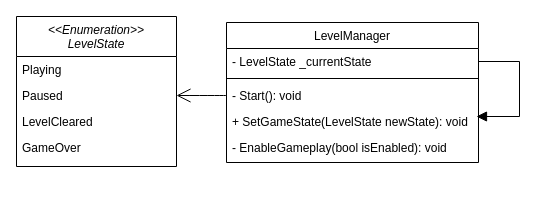
Above: Documents/FinalReport/UMLDiagrams/LevelManagerSingletonUML.drawio in Romina-x/GameProject (draw.io), before the change. Source tidied: cells renumbered, new cells numbered last; positions are measured from the earlier drawing's top-left corner, leaving out a move shared by most shapes. Both pictures are drawn from the tidied source at 100%, with x=0, y=0 at pixel (16, 16).
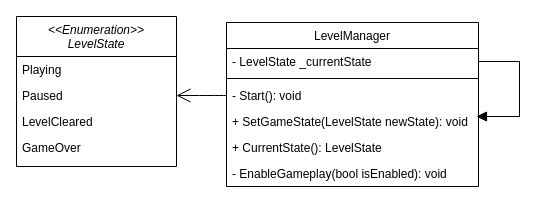
The same page after the edit.

Change to the diagram source:
```diff
@@
 <mxGraphModel>
   <root>
     <mxCell id="0" />
     <mxCell id="1" parent="0" />
     <mxCell id="2" value="&lt;&lt;Enumeration&gt;&gt;&#10;LevelState" style="swimlane;fontStyle=2;align=center;verticalAlign=top;horizontal=1;startSize=40;rounded=0;shadow=0;strokeWidth=1;" parent="1" vertex="1">
       <mxGeometry width="160" height="150" as="geometry" />
     </mxCell>
     <mxCell id="3" value="Playing" style="text;align=left;verticalAlign=top;spacingLeft=4;spacingRight=4;overflow=hidden;" parent="2" vertex="1">
       <mxGeometry y="40" width="160" height="26" as="geometry" />
     </mxCell>
     <mxCell id="4" value="Paused" style="text;align=left;verticalAlign=top;spacingLeft=4;spacingRight=4;overflow=hidden;points=[[0,0.5],[1,0.5]];portConstraint=eastwest;rounded=0;shadow=0;html=0;" parent="2" vertex="1">
       <mxGeometry y="66" width="160" height="26" as="geometry" />
     </mxCell>
     <mxCell id="5" value="LevelCleared" style="text;align=left;verticalAlign=top;spacingLeft=4;spacingRight=4;overflow=hidden;rounded=0;shadow=0;html=0;" parent="2" vertex="1">
       <mxGeometry y="92" width="160" height="26" as="geometry" />
     </mxCell>
     <mxCell id="6" value="GameOver" style="text;align=left;verticalAlign=top;spacingLeft=4;spacingRight=4;overflow=hidden;rounded=0;shadow=0;html=0;" parent="2" vertex="1">
       <mxGeometry y="118" width="160" height="26" as="geometry" />
     </mxCell>
     <mxCell id="7" value="LevelManager" style="swimlane;fontStyle=0;align=center;verticalAlign=top;horizontal=1;startSize=26;rounded=0;shadow=0;strokeWidth=1;" parent="1" vertex="1">
-      <mxGeometry x="210" y="6" width="252" height="140" as="geometry" />
+      <mxGeometry x="210" y="6" width="252" height="164" as="geometry" />
     </mxCell>
     <mxCell id="8" value="- LevelState _currentState" style="text;align=left;verticalAlign=top;spacingLeft=4;spacingRight=4;overflow=hidden;points=[[0,0.5],[1,0.5]];portConstraint=eastwest;" parent="7" vertex="1">
       <mxGeometry y="26" width="252" height="26" as="geometry" />
     </mxCell>
     <mxCell id="9" style="line;html=1;strokeWidth=1;align=left;verticalAlign=middle;spacingTop=-1;spacingLeft=3;spacingRight=3;labelPosition=right;" parent="7" vertex="1">
       <mxGeometry y="52" width="252" height="8" as="geometry" />
     </mxCell>
     <mxCell id="10" value="- Start(): void" style="text;align=left;verticalAlign=top;spacingLeft=4;spacingRight=4;overflow=hidden;points=[[0,0.5],[1,0.5]];portConstraint=eastwest;" parent="7" vertex="1">
       <mxGeometry y="60" width="252" height="26" as="geometry" />
     </mxCell>
     <mxCell id="11" value="+ SetGameState(LevelState newState): void" style="text;align=left;verticalAlign=top;spacingLeft=4;spacingRight=4;overflow=hidden;" parent="7" vertex="1">
       <mxGeometry y="86" width="252" height="26" as="geometry" />
     </mxCell>
+    <mxCell id="15" value="+ CurrentState(): LevelState" style="text;align=left;verticalAlign=top;spacingLeft=4;spacingRight=4;overflow=hidden;" parent="7" vertex="1">
+      <mxGeometry y="112" width="252" height="26" as="geometry" />
+    </mxCell>
     <mxCell id="12" value="- EnableGameplay(bool isEnabled): void" style="text;align=left;verticalAlign=top;spacingLeft=4;spacingRight=4;overflow=hidden;" parent="7" vertex="1">
-      <mxGeometry y="112" width="252" height="26" as="geometry" />
+      <mxGeometry y="138" width="252" height="26" as="geometry" />
     </mxCell>
     <mxCell id="13" style="html=1;align=left;spacingLeft=2;endArrow=block;rounded=0;edgeStyle=orthogonalEdgeStyle;curved=0;rounded=0;fontSize=12;startSize=8;endSize=8;exitX=1;exitY=0.5;exitDx=0;exitDy=0;" parent="7" edge="1" source="8">
       <mxGeometry relative="1" as="geometry">
         <mxPoint x="250" y="94" as="targetPoint" />
         <Array as="points">
           <mxPoint x="293" y="39" />
           <mxPoint x="293" y="94" />
           <mxPoint x="252" y="94" />
         </Array>
       </mxGeometry>
     </mxCell>
     <mxCell id="14" style="endArrow=open;endFill=1;endSize=12;html=1;rounded=0;fontSize=12;curved=1;entryX=1;entryY=0.5;entryDx=0;entryDy=0;exitX=0;exitY=0.5;exitDx=0;exitDy=0;" parent="1" edge="1" source="10" target="4">
       <mxGeometry relative="1" as="geometry" />
     </mxCell>
   </root>
 </mxGraphModel>
```
